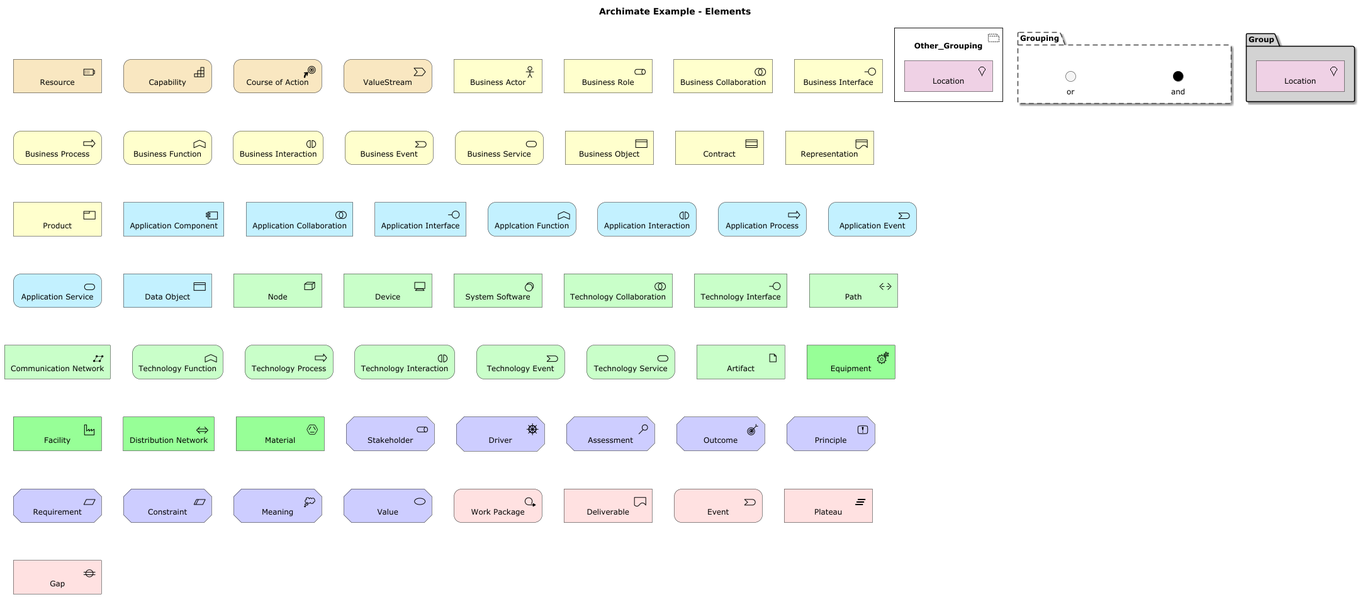
Above: images/Archimate Example - Elements.png in plantuml-stdlib/Archimate-PlantUML (PlantUML), before the change.
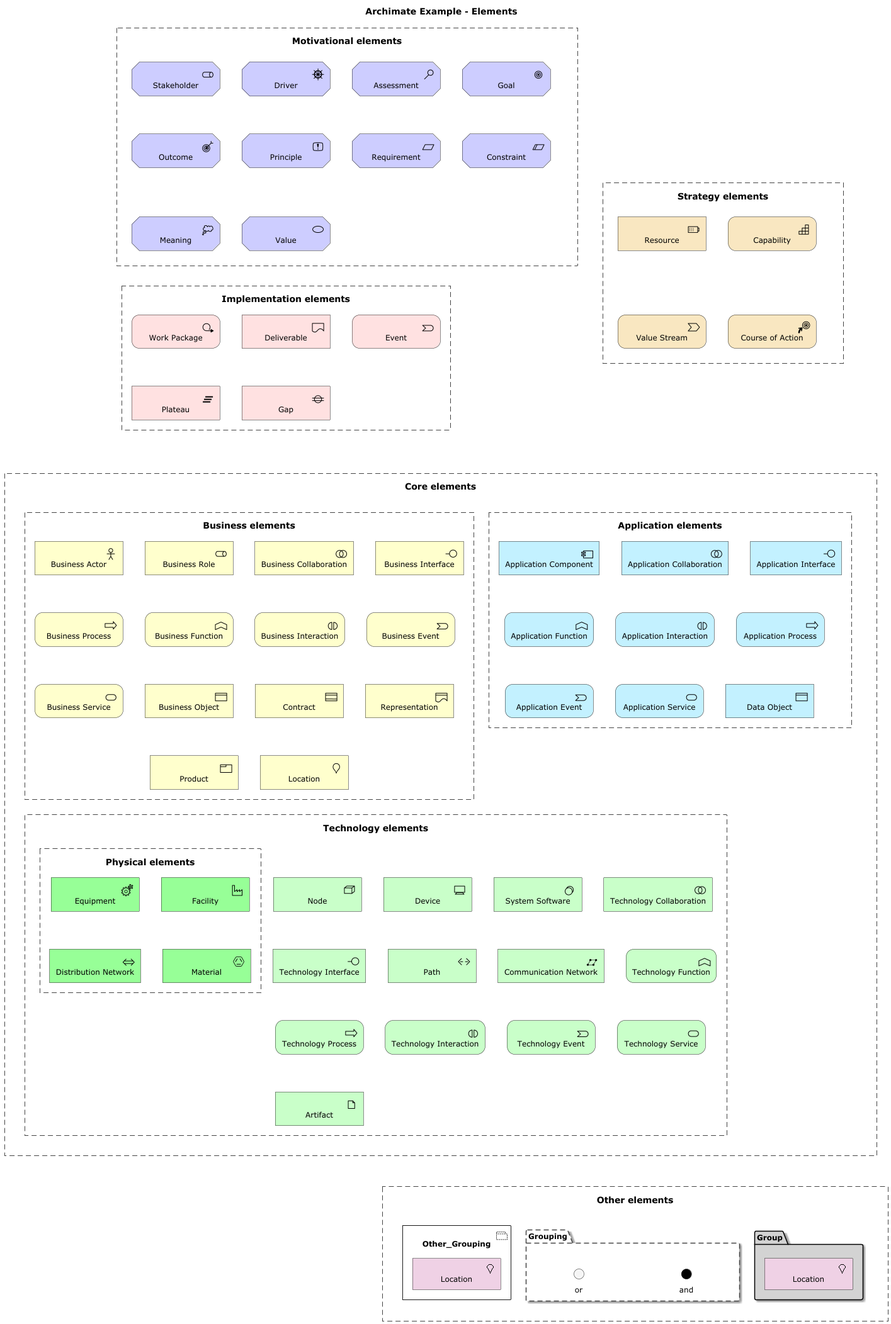
After the change.

Commit message:
Group the different elements in the example picture

Diff of the diagram source:
```diff
@@ -13,79 +13,99 @@
 title Archimate Example - Elements
 
 
+Boundary(M, "Motivational elements"){
+    Motivation_Stakeholder(MS_01, "Stakeholder")
+    Motivation_Driver(MD_01, "Driver")
+    Motivation_Assessment(MA_01, "Assessment")
+    Motivation_Goal(MG_01, "Goal")
+    Motivation_Outcome(MO_01, "Outcome")
+    Motivation_Principle(MP_01, "Principle")
+    Motivation_Requirement(MR_01, "Requirement")
+    Motivation_Constraint(MC_01, "Constraint")
+    Motivation_Meaning(MM_01, "Meaning")
+    Motivation_Value(MV_01, "Value")
+}
+
+Boundary(S, "Strategy elements"){
 Strategy_Resource(SR_01, "Resource")
 Strategy_Capability(SC_01, "Capability")
-Strategy_CourseOfAction("SA_01", "Course of Action")
-Strategy_ValueStream("SV_01", "ValueStream")
-
-Business_Actor(BA_01, "Business Actor")
-Business_Role(BR_01, "Business Role")
-Business_Collaboration(BC_01, "Business Collaboration")
-Business_Interface(BI_01, "Business Interface")
-Business_Process(BP_01, "Business Process")
-Business_Function(BF_01, "Business Function")
-Business_Interaction(BIt_01, "Business Interaction")
-Business_Event(BE_01, "Business Event")
-Business_Service(BS_01, "Business Service")
-Business_Object(BO_01, "Business Object")
-Business_Contract(BCt_01, "Contract")
-Business_Representation(BRep_01, "Representation")
-Business_Product(BPr_01, "Product")
-
-Application_Component(AC_01, "Application Component")
-Application_Collaboration(ACol_01, "Application Collaboration")
-Application_Interface(AI_01, "Application Interface")
-Application_Function(AF_01, "Applcation Function")
-Application_Interaction(AInt_01, "Application Interaction")
-Application_Process(AP_01, "Application Process")
-Application_Event(AE_01, "Application Event")
-Application_Service(AS_01, "Application Service")
-Application_DataObject(AD_01, "Data Object")
-
-Technology_Node(TN_01, "Node")
-Technology_Device(TD_01, "Device")
-Technology_SystemSoftware(TSS_01, "System Software")
-Technology_Collaboration(TC_01, "Technology Collaboration")
-Technology_Interface(TI_01, "Technology Interface")
-Technology_Path(TP_01, "Path")
-Technology_CommunicationNetwork(TCN_01, "Communication Network")
-Technology_Function(TF_01, "Technology Function")
-Technology_Process(TPr_01, "Technology Process")
-Technology_Interaction(TInt_01, "Technology Interaction")
-Technology_Event(TE_01, "Technology Event")
-Technology_Service(TS_01, "Technology Service")
-Technology_Artifact(TA_01, "Artifact")
-
-Physical_Equipment(PE_01, "Equipment")
-Physical_Facility(PF_01, "Facility")
-Physical_DistributionNetwork(PDN_01, "Distribution Network")
-Physical_Material(PM_01, "Material")
-
-Motivation_Stakeholder(MS_01, "Stakeholder")
-Motivation_Driver(MD_01, "Driver")
-Motivation_Assessment(MA_01, "Assessment")
-Motivation_Outcome(MO_01, "Outcome")
-Motivation_Principle(MP_01, "Principle")
-Motivation_Requirement(MR_01, "Requirement")
-Motivation_Constraint(MC_01, "Constraint")
-Motivation_Meaning(MM_01, "Meaning")
-Motivation_Value(MV_01, "Value")
-
-Implementation_WorkPackage(IWP_01, "Work Package")
-Implementation_Deliverable(ID_01, "Deliverable")
-Implementation_Event(IE_01, "Event")
-Implementation_Plateau(IP_01, "Plateau")
-Implementation_Gap(IG_01, "Gap")
-
-Other_Grouping(a, "Other_Grouping"){
-    Other_Location(OL_02, "Location")
-}
-Grouping(G_01, "Grouping") {
-    Junction_Or(JO_01, "or")
-    Junction_And(JA_01, "and")
-}
-Group(G_02, "Group") {
-    Other_Location(OL_01, "Location")
+Strategy_ValueStream(SV_01, "Value Stream")
+Strategy_CourseOfAction(SA_01, "Course of Action")
 }
 
+Boundary(C, "Core elements") {
+    Boundary(B, "Business elements") {
+        Business_Actor(BA_01, "Business Actor")
+        Business_Role(BR_01, "Business Role")
+        Business_Collaboration(BC_01, "Business Collaboration")
+        Business_Interface(BI_01, "Business Interface")
+        Business_Process(BP_01, "Business Process")
+        Business_Function(BF_01, "Business Function")
+        Business_Interaction(BIt_01, "Business Interaction")
+        Business_Event(BE_01, "Business Event")
+        Business_Service(BS_01, "Business Service")
+        Business_Object(BO_01, "Business Object")
+        Business_Contract(BCt_01, "Contract")
+        Business_Representation(BRep_01, "Representation")
+        Business_Product(BPr_01, "Product")
+        Business_Location(BLoc_01, "Location")
+    }
+    Boundary(A, "Application elements") {
+        Application_Component(AC_01, "Application Component")
+        Application_Collaboration(ACol_01, "Application Collaboration")
+        Application_Interface(AI_01, "Application Interface")
+        Application_Function(AF_01, "Application Function")
+        Application_Interaction(AInt_01, "Application Interaction")
+        Application_Process(AP_01, "Application Process")
+        Application_Event(AE_01, "Application Event")
+        Application_Service(AS_01, "Application Service")
+        Application_DataObject(AD_01, "Data Object")
+    }
+    Boundary(T, "Technology elements") {
+        Technology_Node(TN_01, "Node")
+        Technology_Device(TD_01, "Device")
+        Technology_SystemSoftware(TSS_01, "System Software")
+        Technology_Collaboration(TC_01, "Technology Collaboration")
+        Technology_Interface(TI_01, "Technology Interface")
+        Technology_Path(TP_01, "Path")
+        Technology_CommunicationNetwork(TCN_01, "Communication Network")
+        Technology_Function(TF_01, "Technology Function")
+        Technology_Process(TPr_01, "Technology Process")
+        Technology_Interaction(TInt_01, "Technology Interaction")
+        Technology_Event(TE_01, "Technology Event")
+        Technology_Service(TS_01, "Technology Service")
+        Technology_Artifact(TA_01, "Artifact")
+        Boundary(P, "Physical elements"){
+            Physical_Equipment(PE_01, "Equipment")
+            Physical_Facility(PF_01, "Facility")
+            Physical_DistributionNetwork(PDN_01, "Distribution Network")
+            Physical_Material(PM_01, "Material")
+        }
+    }
+}
+
+Boundary(I, "Implementation elements"){
+    Implementation_WorkPackage(IWP_01, "Work Package")
+    Implementation_Deliverable(ID_01, "Deliverable")
+    Implementation_Event(IE_01, "Event")
+    Implementation_Plateau(IP_01, "Plateau")
+    Implementation_Gap(IG_01, "Gap")
+}
+
+Boundary(O, "Other elements"){
+    Other_Grouping(a, "Other_Grouping"){
+        Other_Location(OL_02, "Location")
+    }
+    Grouping(G_01, "Grouping") {
+        Junction_Or(JO_01, "or")
+        Junction_And(JA_01, "and")
+    }
+    Group(G_02, "Group") {
+        Other_Location(OL_01, "Location")
+    }
+}
+
+M -[hidden]D------ C
+C -[hidden]D--------- O
+M -[hidden]-- S
 @enduml
```
